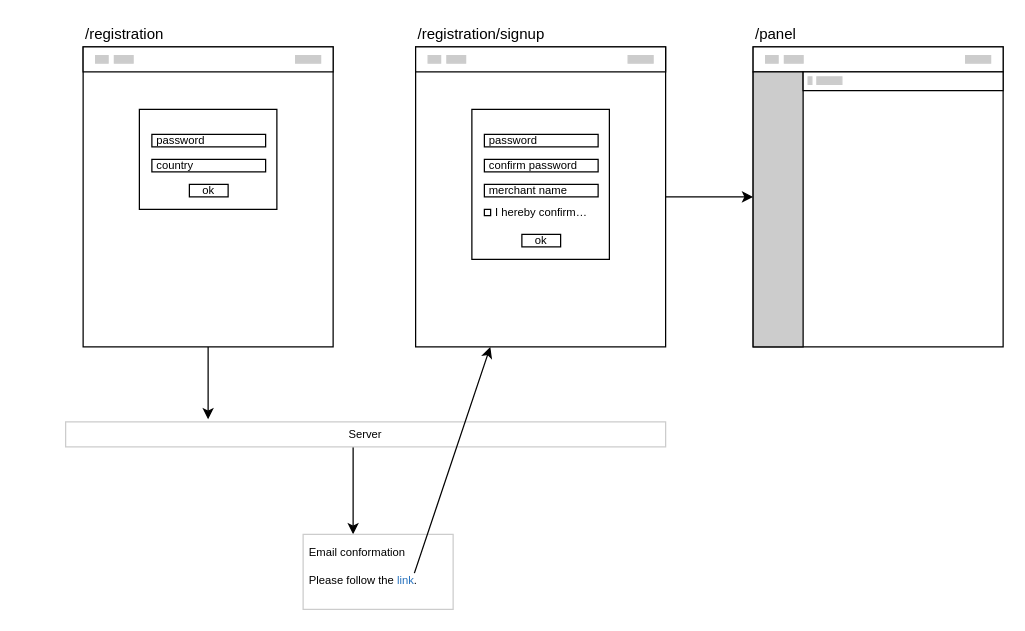
Earlier version of the draw.io diagram page "Registration" (1 of 6) of auth.drawio (ajile/draw-io). Source tidied: cells renumbered, new cells numbered last; positions are measured from the earlier drawing's top-left corner, leaving out a move shared by most shapes. Both pictures are drawn from the tidied source at 125%, with x=0, y=0 at pixel (65, 21).
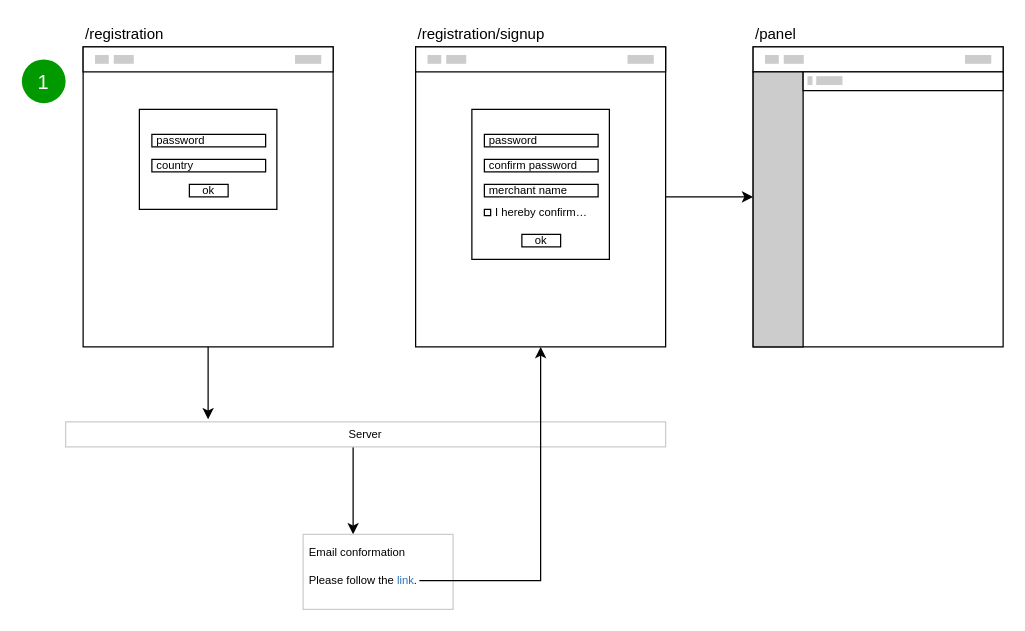
After the change.

Unchanged cells that the change refers to:
```xml
<mxCell id="23" style="rounded=0;whiteSpace=wrap;html=1;" parent="22" vertex="1">
  <mxGeometry width="200" height="240" as="geometry" />
</mxCell>
```

Change to the diagram source:
```diff
@@
-    <mxCell id="19" style="endArrow=classic;html=1;rounded=0;fontSize=9;fontColor=#2671BD;" parent="2" edge="1" target="23">
+    <mxCell id="19" style="endArrow=classic;html=1;rounded=0;fontSize=9;fontColor=#2671BD;edgeStyle=elbowEdgeStyle;elbow=vertical;entryX=0.5;entryY=1;entryDx=0;entryDy=0;" parent="2" edge="1" target="23">
       <mxGeometry relative="1" as="geometry">
-        <mxPoint x="279" y="441" as="sourcePoint" />
+        <mxPoint x="283" y="447" as="sourcePoint" />
+        <Array as="points">
+          <mxPoint x="330" y="447" />
+        </Array>
       </mxGeometry>
     </mxCell>
@@
+    <mxCell id="51" value="1" style="ellipse;whiteSpace=wrap;html=1;fontSize=16;fontColor=#FFFFFF;fillColor=#009900;strokeColor=none;" parent="2" vertex="1">
+      <mxGeometry x="-35" y="30" width="35" height="35" as="geometry" />
+    </mxCell>
```
